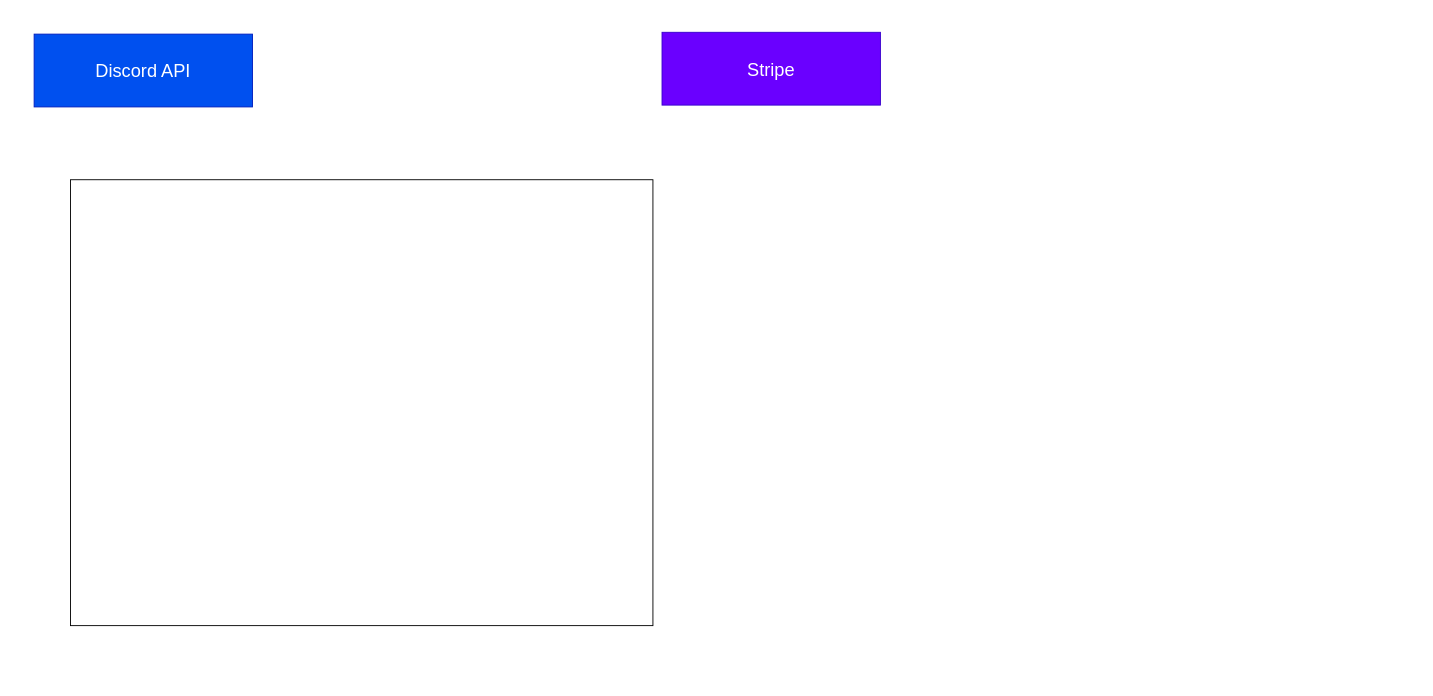
This is Saba-Can.drawio from Okakajp25/draw-files, a draw.io file, before an edit. Source tidied: cells renumbered, new cells numbered last; positions are measured from the earlier drawing's top-left corner, leaving out a move shared by most shapes. Both pictures are drawn from the tidied source at 91%, with x=0, y=0 at pixel (34, 32).
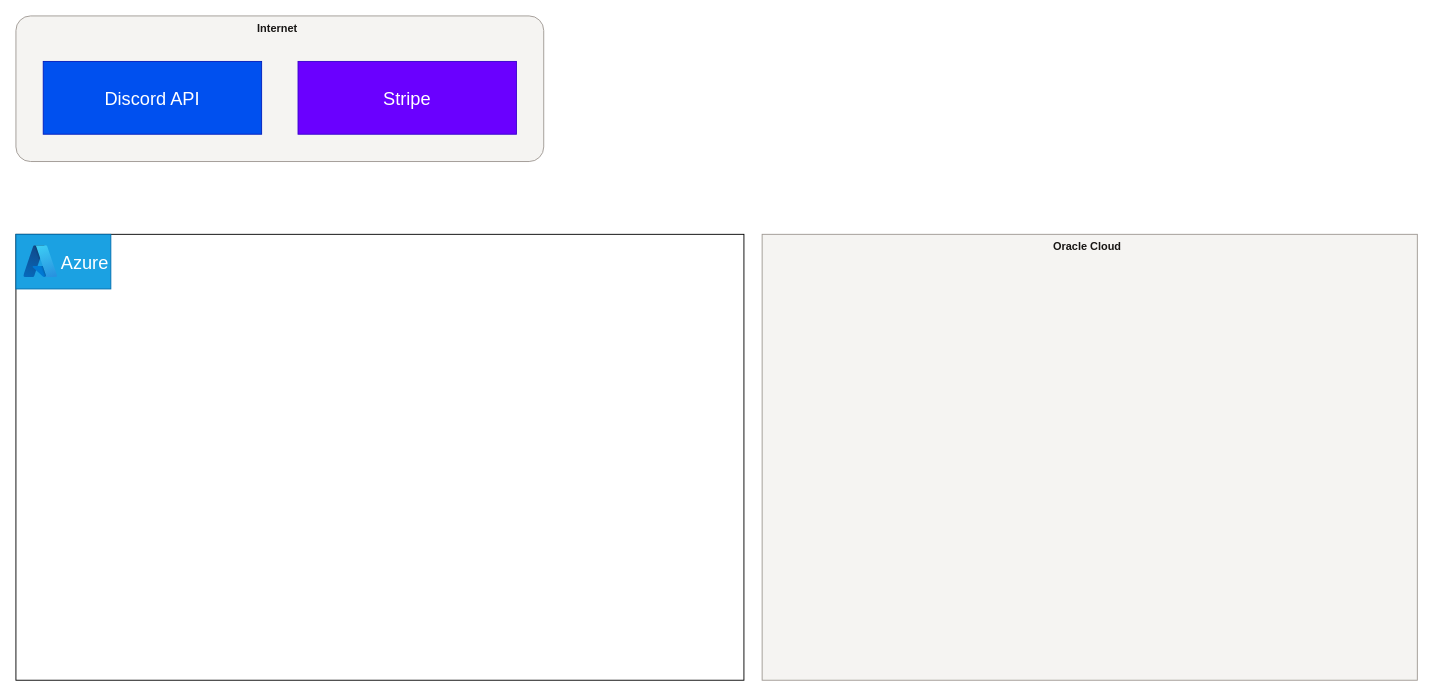
The same page after the edit.

Diff of the diagram source:
```diff
@@
 <mxGraphModel>
   <root>
     <mxCell id="0" />
     <mxCell id="1" parent="0" />
+    <mxCell id="5" style="group;align=center;verticalAlign=middle;" parent="1" vertex="1">
+      <mxGeometry x="-20" y="222" width="800" height="490" as="geometry" />
+    </mxCell>
+    <mxCell id="6" style="group;" parent="5" vertex="1">
+      <mxGeometry width="800" height="490" as="geometry" />
+    </mxCell>
+    <mxCell id="7" style="group;" parent="6" vertex="1">
+      <mxGeometry width="800" height="490" as="geometry" />
+    </mxCell>
+    <mxCell id="8" style="group;" parent="7" vertex="1">
+      <mxGeometry width="800" height="490" as="geometry" />
+    </mxCell>
+    <mxCell id="4" style="rounded=0;whiteSpace=wrap;html=1;fillColor=none;" parent="8" vertex="1">
+      <mxGeometry width="800" height="490" as="geometry" />
+    </mxCell>
+    <mxCell id="9" value="Azure" style="whiteSpace=wrap;html=1;fillColor=light-dark(#1BA1E2,#99FFFF);fontColor=#ffffff;strokeColor=#006EAF;fontSize=20;verticalAlign=middle;align=right;spacingTop=0;spacingBottom=-2;" parent="8" vertex="1">
+      <mxGeometry width="104.3" height="60" as="geometry" />
+    </mxCell>
+    <mxCell id="10" style="image;html=1;align=center;fontSize=12;image=img/lib/azure2/other/Azure_A.svg;" parent="8" vertex="1">
+      <mxGeometry x="8.7" y="12.6" width="36.9" height="34.8" as="geometry" />
+    </mxCell>
+    <mxCell id="11" style="group;" parent="1" vertex="1">
+      <mxGeometry x="-20" y="-18" width="580" height="160" as="geometry" />
+    </mxCell>
+    <mxCell id="12" value="&lt;font color=&quot;#181615&quot; size=&quot;1&quot;&gt;&lt;b style=&quot;font-size: 12px&quot;&gt;Internet&lt;/b&gt;&lt;/font&gt;" style="rounded=1;whiteSpace=wrap;html=1;labelBackgroundColor=none;gradientColor=none;fontFamily=Oracle Sans;fontSize=11;align=center;arcSize=10;verticalAlign=top;spacingRight=5;fontColor=#312D2A;fillColor=#F5F4F2;strokeColor=#9E9892;" parent="11" vertex="1">
+      <mxGeometry width="580" height="160" as="geometry" />
+    </mxCell>
-    <mxCell id="2" value="Discord API" style="rounded=0;whiteSpace=wrap;html=1;fontSize=20;fillColor=#0050ef;fontColor=#ffffff;strokeColor=#001DBC;" parent="1" vertex="1">
-      <mxGeometry y="2" width="240" height="80" as="geometry" />
+    <mxCell id="2" value="Discord API" style="rounded=0;whiteSpace=wrap;html=1;fontSize=20;fillColor=#0050ef;fontColor=#ffffff;strokeColor=#001DBC;" parent="11" vertex="1">
+      <mxGeometry x="30" y="50" width="240" height="80" as="geometry" />
     </mxCell>
-    <mxCell id="3" value="Stripe" style="rounded=0;whiteSpace=wrap;html=1;fontSize=20;fillColor=#6a00ff;fontColor=#ffffff;strokeColor=#3700CC;" parent="1" vertex="1">
-      <mxGeometry x="690" width="240" height="80" as="geometry" />
+    <mxCell id="3" value="Stripe" style="rounded=0;whiteSpace=wrap;html=1;fontSize=20;fillColor=#6a00ff;fontColor=#ffffff;strokeColor=#3700CC;" parent="11" vertex="1">
+      <mxGeometry x="310" y="50" width="240" height="80" as="geometry" />
     </mxCell>
-    <mxCell id="4" style="rounded=0;whiteSpace=wrap;html=1;" parent="1" vertex="1">
-      <mxGeometry x="40" y="162" width="640" height="490" as="geometry" />
-    </mxCell>
+    <mxCell id="13" value="&lt;font color=&quot;#181615&quot; size=&quot;1&quot;&gt;&lt;b style=&quot;font-size: 12px&quot;&gt;Oracle Cloud&lt;/b&gt;&lt;/font&gt;" style="rounded=1;whiteSpace=wrap;html=1;labelBackgroundColor=none;gradientColor=none;fontFamily=Oracle Sans;fontSize=11;align=center;arcSize=0;verticalAlign=top;spacingRight=5;fontColor=#312D2A;fillColor=#F5F4F2;strokeColor=#9E9892;" parent="1" vertex="1">
+      <mxGeometry x="800" y="222" width="720" height="490" as="geometry" />
+    </mxCell>
   </root>
 </mxGraphModel>
```
